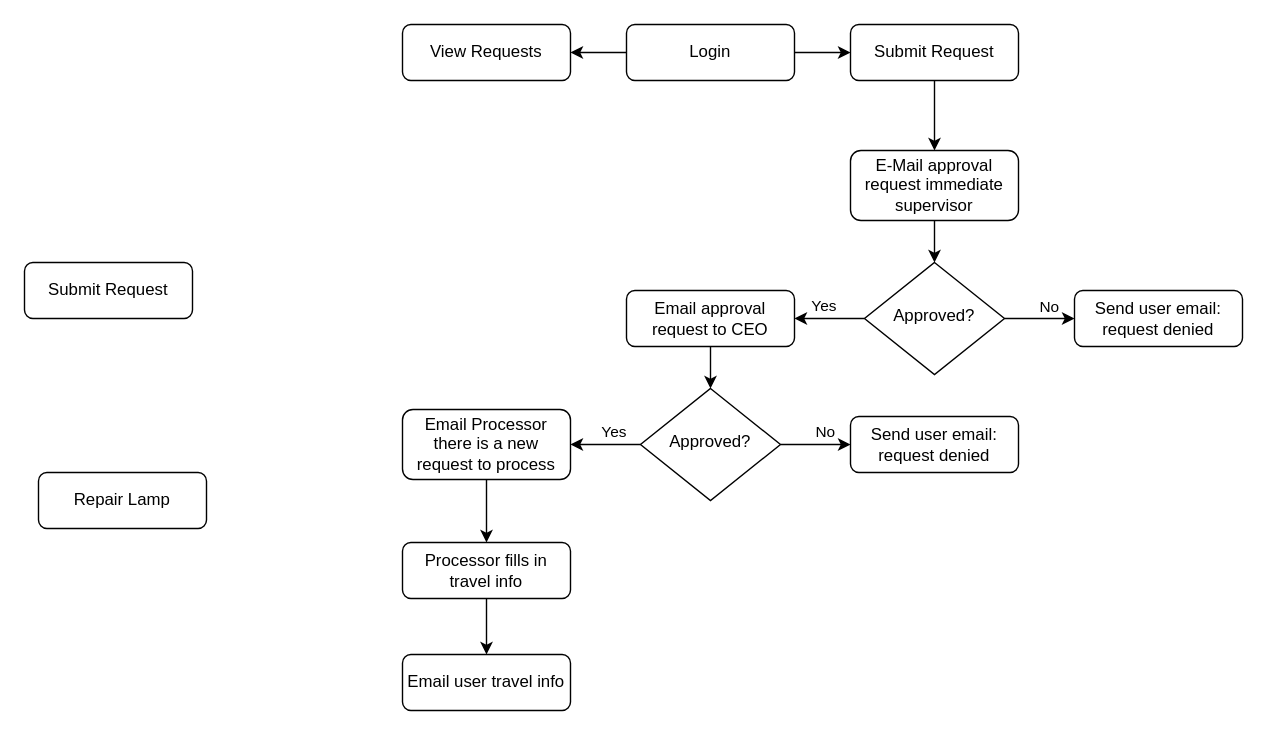
IgorBCode/cv keeps this draw.io diagram as workflow.drawio. Above is the earlier version. Source tidied: cells renumbered, new cells numbered last; positions are measured from the earlier drawing's top-left corner, leaving out a move shared by most shapes. Both pictures are drawn from the tidied source at 140%, with x=0, y=0 at pixel (24, 24).
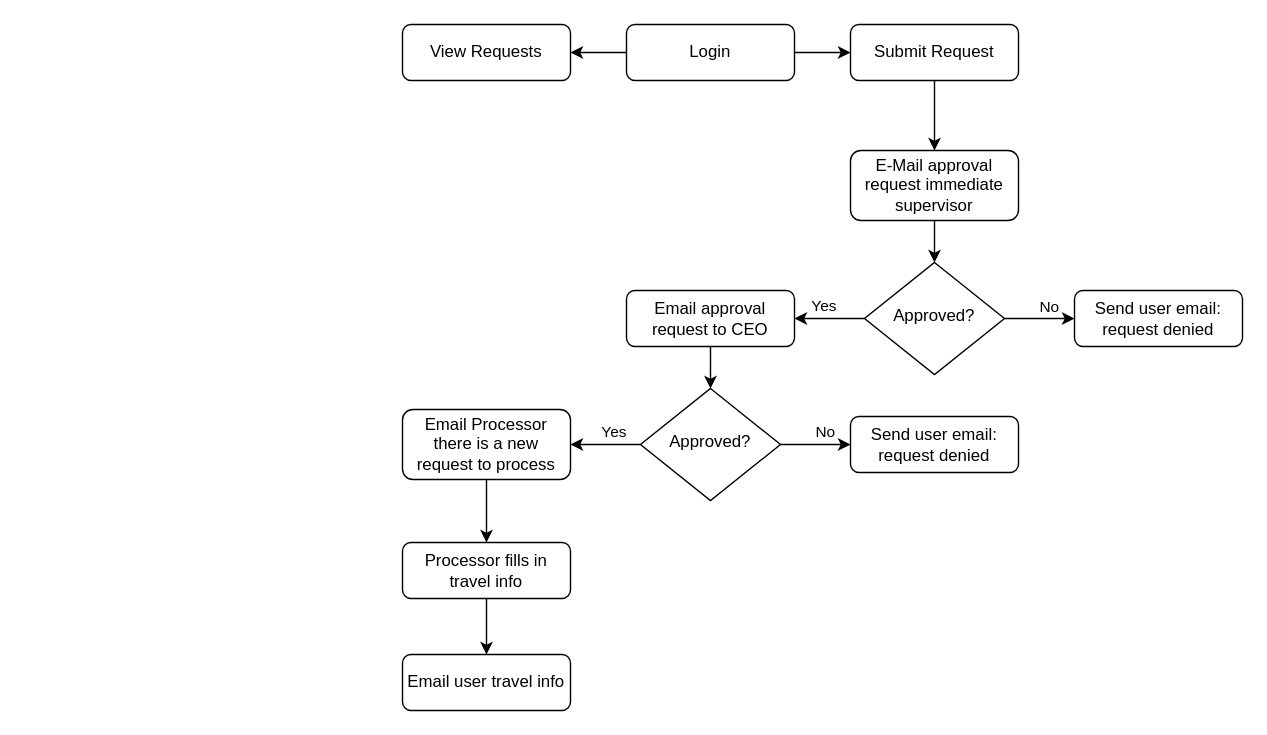
The same page after the edit.

Change to the diagram source:
```diff
@@
-    <mxCell id="5" value="Repair Lamp" style="rounded=1;whiteSpace=wrap;html=1;fontSize=12;glass=0;strokeWidth=1;shadow=0;" parent="1" vertex="1">
-      <mxGeometry x="10" y="320" width="120" height="40" as="geometry" />
-    </mxCell>
@@
-    <mxCell id="11" value="Submit Request" style="rounded=1;whiteSpace=wrap;html=1;" parent="1" vertex="1">
-      <mxGeometry y="170" width="120" height="40" as="geometry" />
-    </mxCell>
```
